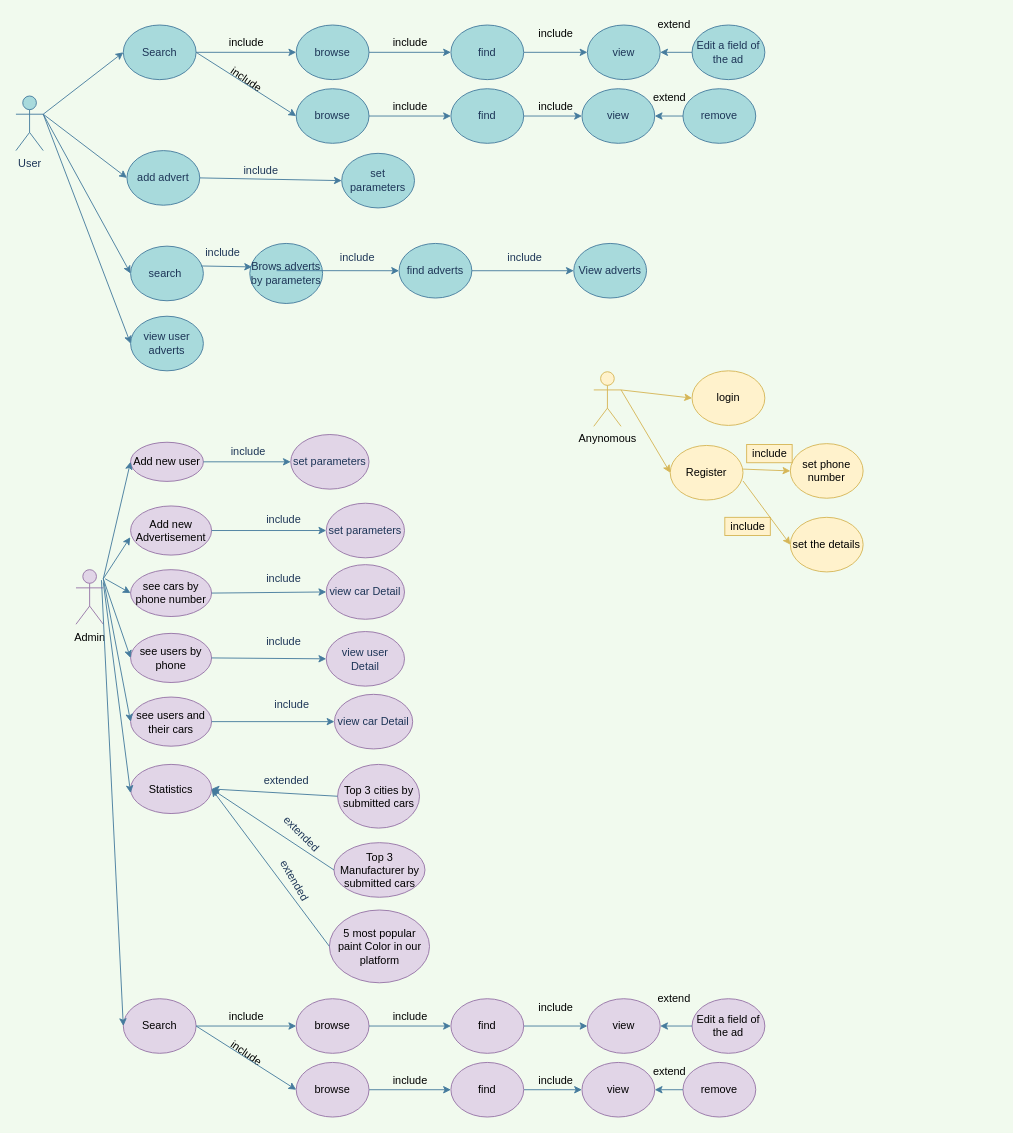
Earlier version of the draw.io diagram Untitled Diagram.drawio (kamran-mehravar/Large-scale-and-Multi-structured-Databases-Project). Source tidied: cells renumbered, new cells numbered last; positions are measured from the earlier drawing's top-left corner, leaving out a move shared by most shapes. Both pictures are drawn from the tidied source at 91%, with x=0, y=0 at pixel (15, 15).
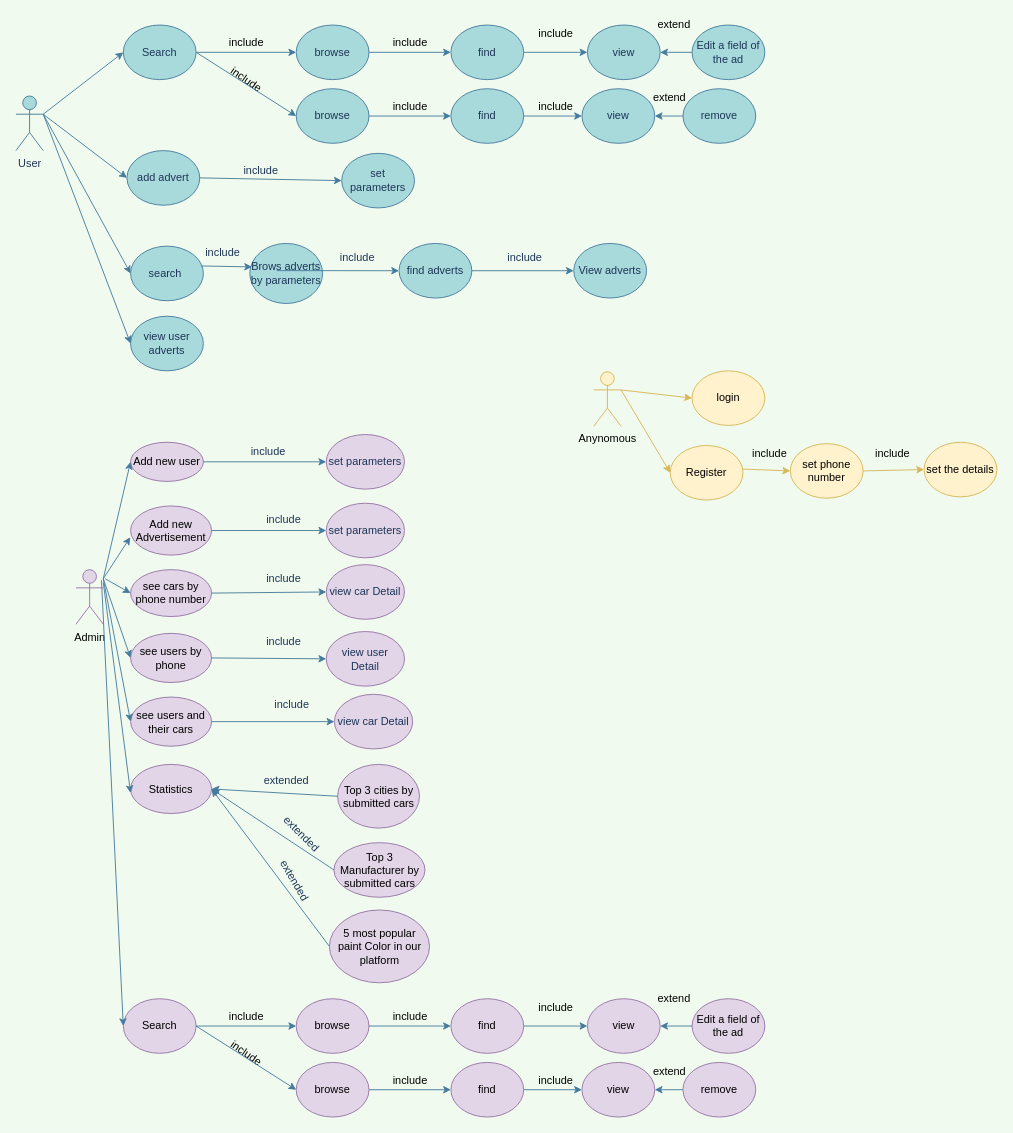
After the change.

The change refers to these unchanged cells:
```xml
<mxCell id="30" value="set&amp;nbsp;phone number" style="ellipse;whiteSpace=wrap;html=1;fillColor=#fff2cc;strokeColor=#d6b656;" parent="1" vertex="1">
  <mxGeometry x="851" y="470" width="80" height="60" as="geometry" />
</mxCell>
```

Diff of the diagram source:
```diff
@@
-    <mxCell id="32" value="include" style="text;html=1;align=center;verticalAlign=middle;strokeColor=#d6b656;rotation=0;fillColor=#fff2cc;" parent="1" vertex="1">
+    <mxCell id="32" value="include" style="text;html=1;align=center;verticalAlign=middle;rotation=0;" parent="1" vertex="1">
       <mxGeometry x="803" y="471" width="50" height="20" as="geometry" />
     </mxCell>
     <mxCell id="33" value="set the details" style="ellipse;whiteSpace=wrap;html=1;fillColor=#fff2cc;strokeColor=#d6b656;" parent="1" vertex="1">
-      <mxGeometry x="851" y="551" width="80" height="60" as="geometry" />
+      <mxGeometry x="998" y="468.5" width="80" height="60" as="geometry" />
     </mxCell>
-    <mxCell id="34" value="include" style="text;html=1;align=center;verticalAlign=middle;strokeColor=#d6b656;rotation=0;fillColor=#fff2cc;" parent="1" vertex="1">
-      <mxGeometry x="779" y="551" width="50" height="20" as="geometry" />
+    <mxCell id="34" value="include" style="text;html=1;align=center;verticalAlign=middle;rotation=0;" parent="1" vertex="1">
+      <mxGeometry x="938" y="471" width="50" height="20" as="geometry" />
     </mxCell>
-    <mxCell id="35" style="endArrow=classic;html=1;entryX=0;entryY=0.5;entryDx=0;entryDy=0;labelBackgroundColor=#F1FAEE;strokeColor=#d6b656;fontColor=#1D3557;fillColor=#fff2cc;" parent="1" edge="1" target="33">
-      <mxGeometry relative="1" as="geometry">
-        <mxPoint x="799" y="511" as="sourcePoint" />
-      </mxGeometry>
+    <mxCell id="35" style="endArrow=classic;html=1;entryX=0;entryY=0.5;entryDx=0;entryDy=0;labelBackgroundColor=#F1FAEE;strokeColor=#d6b656;fontColor=#1D3557;fillColor=#fff2cc;exitX=1;exitY=0.5;exitDx=0;exitDy=0;" parent="1" edge="1" source="30" target="33">
+      <mxGeometry relative="1" as="geometry" />
     </mxCell>
@@
     <mxCell id="41" value="&lt;span style=&quot;color: rgb(29 , 53 , 87)&quot;&gt;set parameters&lt;/span&gt;" style="ellipse;whiteSpace=wrap;html=1;fillColor=#e1d5e7;strokeColor=#9673a6;" parent="1" vertex="1">
-      <mxGeometry x="302" y="460" width="86" height="60" as="geometry" />
+      <mxGeometry x="341" y="460" width="86" height="60" as="geometry" />
     </mxCell>
@@
     <mxCell id="43" value="include" style="text;html=1;align=center;verticalAlign=middle;strokeColor=none;rotation=0;fontColor=#1D3557;" parent="1" vertex="1">
-      <mxGeometry x="230" y="468.5" width="50" height="20" as="geometry" />
+      <mxGeometry x="252" y="468.5" width="50" height="20" as="geometry" />
     </mxCell>
```
